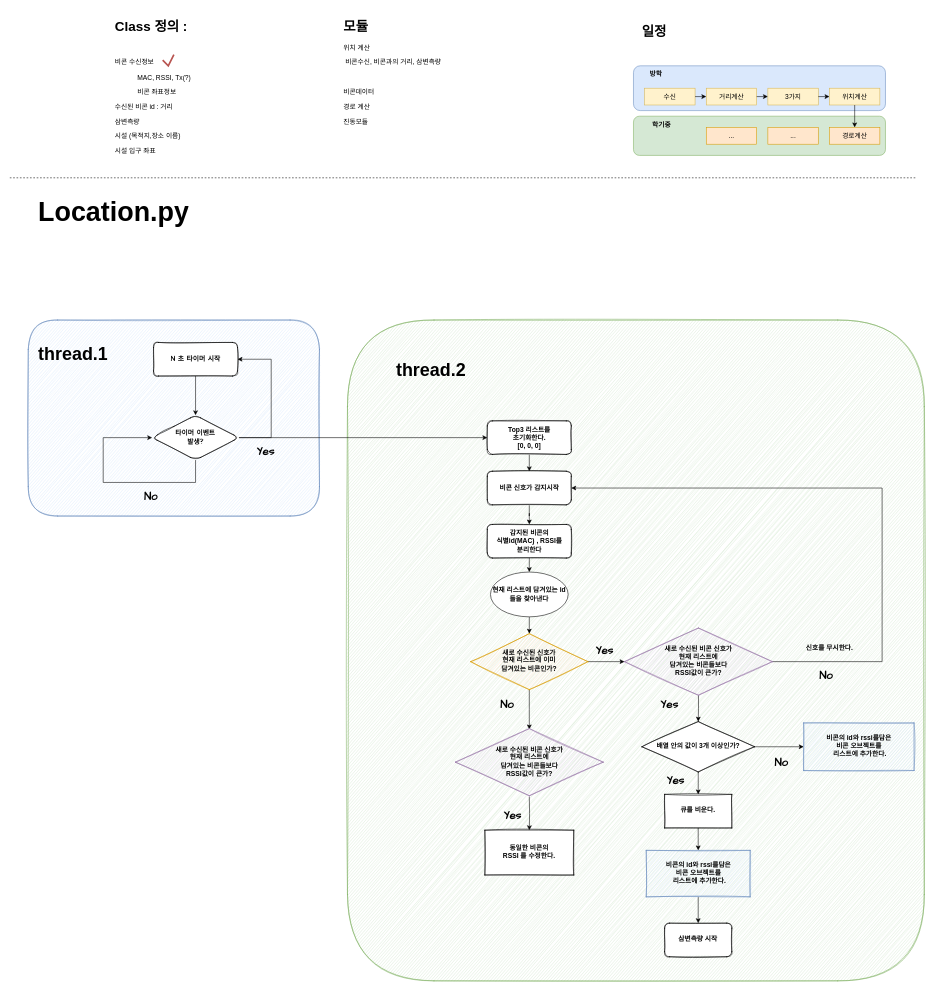
chaewonS/Beacon keeps this draw.io diagram as sunjoo/삼변측량파이썬순서도.drawio. Above is the earlier version. Source tidied: cells renumbered, new cells numbered last; positions are measured from the earlier drawing's top-left corner, leaving out a move shared by most shapes. Both pictures are drawn from the tidied source at 56%, with x=0, y=0 at pixel (10, 15).
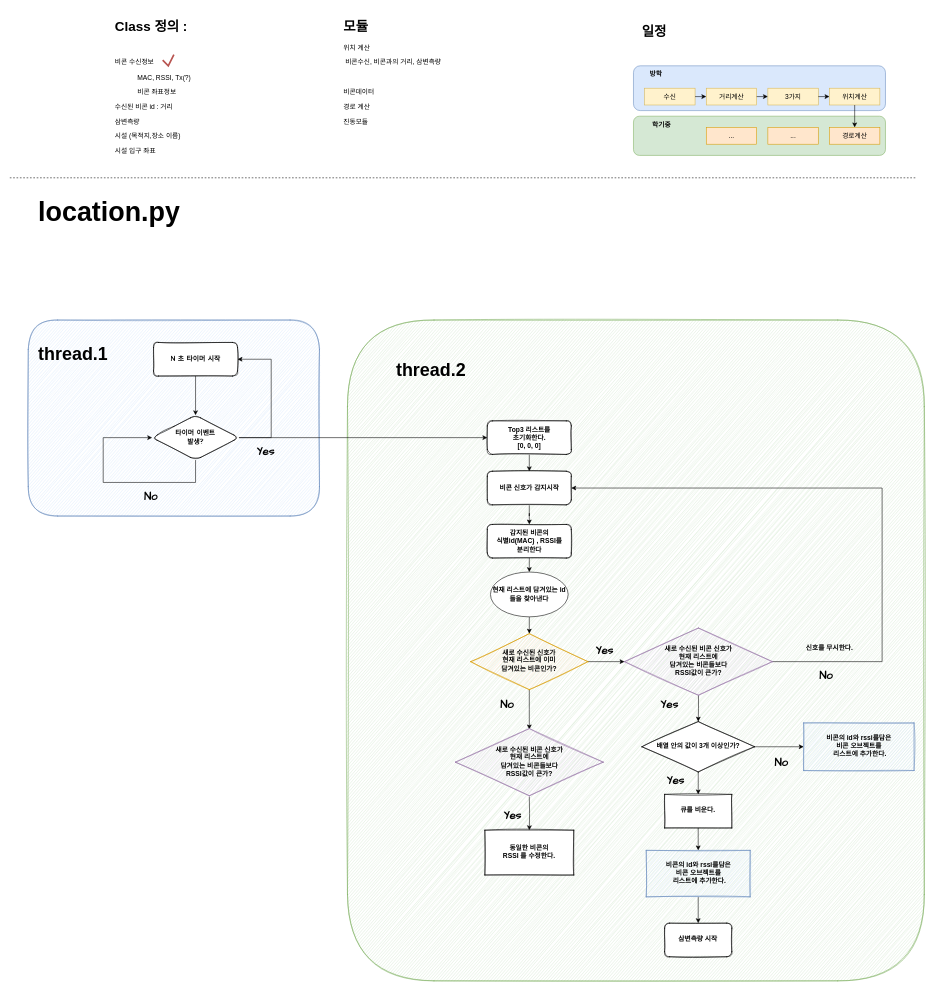
After the change.

Commit message:
Update 삼변측량파이썬순서도.drawio

What changed in the source:
```diff
@@
-    <mxCell id="69" value="&lt;h1 style=&quot;font-size: 48px&quot;&gt;Location.py&lt;/h1&gt;" style="text;html=1;strokeColor=none;fillColor=none;spacing=5;spacingTop=-20;whiteSpace=wrap;overflow=hidden;rounded=0;fontSize=32;" parent="1" vertex="1">
+    <mxCell id="69" value="&lt;h1 style=&quot;font-size: 48px&quot;&gt;location.py&lt;/h1&gt;" style="text;html=1;strokeColor=none;fillColor=none;spacing=5;spacingTop=-20;whiteSpace=wrap;overflow=hidden;rounded=0;fontSize=32;" parent="1" vertex="1">
       <mxGeometry x="46.1" y="300" width="296.9" height="120" as="geometry" />
     </mxCell>
```
